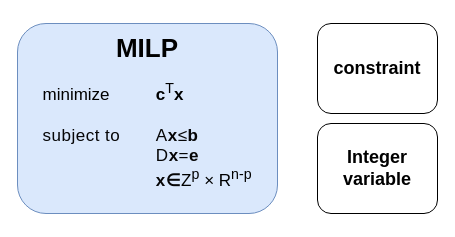
Earlier version of the draw.io diagram 011300001.drawio (Zjz12138/MILPvs). Source tidied: cells renumbered, new cells numbered last; positions are measured from the earlier drawing's top-left corner, leaving out a move shared by most shapes. Both pictures are drawn from the tidied source at 100%, with x=0, y=0 at pixel (17, 23).
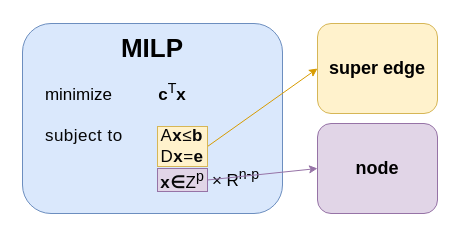
Above is the later version.

Diff of the diagram source:
```diff
@@
 <mxGraphModel background="#ffffff">
   <root>
     <mxCell id="0" />
     <mxCell id="1" parent="0" />
-    <mxCell id="2" value="&lt;h1&gt;&lt;font style=&quot;font-size: 26px;&quot;&gt;MILP&lt;/font&gt;&lt;/h1&gt;&lt;div style=&quot;text-align: left;&quot;&gt;&lt;font style=&quot;font-size: 17px;&quot; face=&quot;Helvetica&quot;&gt;minimize&lt;span style=&quot;white-space: pre;&quot;&gt;&#9;&lt;/span&gt;&lt;span style=&quot;white-space: pre;&quot;&gt;&#9;&lt;/span&gt;&lt;b style=&quot;&quot;&gt;c&lt;/b&gt;&lt;sup style=&quot;&quot;&gt;T&lt;/sup&gt;&lt;b style=&quot;&quot;&gt;x&lt;/b&gt;&lt;/font&gt;&lt;/div&gt;&lt;div style=&quot;text-align: left;&quot;&gt;&lt;font style=&quot;font-size: 17px;&quot; face=&quot;Helvetica&quot;&gt;&lt;b style=&quot;&quot;&gt;&lt;br&gt;&lt;/b&gt;&lt;/font&gt;&lt;/div&gt;&lt;div style=&quot;text-align: left;&quot;&gt;&lt;font style=&quot;font-size: 17px;&quot; face=&quot;Helvetica&quot;&gt;&lt;span style=&quot;color: rgb(6, 6, 7); letter-spacing: 0.5px; text-wrap-mode: nowrap;&quot;&gt;subject&amp;nbsp;to&lt;span style=&quot;white-space: pre;&quot;&gt;&#9;&lt;/span&gt;A&lt;b style=&quot;&quot;&gt;x&lt;/b&gt;&lt;/span&gt;&lt;span style=&quot;color: rgb(6, 6, 7); letter-spacing: 0.5px; text-wrap-mode: nowrap;&quot;&gt;≤&lt;b&gt;b&lt;/b&gt;&lt;/span&gt;&lt;/font&gt;&lt;/div&gt;&lt;div style=&quot;text-align: left;&quot;&gt;&lt;span style=&quot;color: rgb(6, 6, 7); letter-spacing: 0.5px; text-wrap-mode: nowrap;&quot;&gt;&lt;font style=&quot;font-size: 17px;&quot; face=&quot;Helvetica&quot;&gt;&lt;span style=&quot;font-weight: bold; white-space: pre;&quot;&gt;&#9;&lt;/span&gt;&lt;span style=&quot;font-weight: bold; white-space: pre;&quot;&gt;&#9;&lt;span style=&quot;white-space: pre;&quot;&gt;&#9;&lt;/span&gt;&lt;/span&gt;D&lt;b&gt;x&lt;/b&gt;=&lt;b&gt;e&lt;/b&gt;&lt;br&gt;&lt;/font&gt;&lt;/span&gt;&lt;/div&gt;&lt;div style=&quot;text-align: left;&quot;&gt;&lt;font style=&quot;font-size: 17px;&quot; face=&quot;Helvetica&quot;&gt;&lt;span style=&quot;color: rgb(6, 6, 7); letter-spacing: 0.5px; text-wrap-mode: nowrap;&quot;&gt;&lt;b&gt;&lt;span style=&quot;white-space: pre;&quot;&gt;&#9;&lt;/span&gt;&lt;span style=&quot;white-space: pre;&quot;&gt;&#9;&lt;/span&gt;&lt;span style=&quot;white-space: pre;&quot;&gt;&#9;&lt;/span&gt;x∈&lt;/b&gt;&lt;/span&gt;&lt;span style=&quot;color: light-dark(rgb(0, 0, 0), rgb(255, 255, 255));&quot;&gt;Z&lt;sup&gt;p&lt;/sup&gt;&lt;/span&gt;&lt;span style=&quot;color: light-dark(rgb(0, 0, 0), rgb(255, 255, 255)); font-style: italic;&quot;&gt;&amp;nbsp;×&lt;/span&gt;&lt;span style=&quot;color: light-dark(rgb(0, 0, 0), rgb(255, 255, 255)); font-style: italic;&quot;&gt;&amp;nbsp;&lt;/span&gt;&lt;span style=&quot;color: light-dark(rgb(0, 0, 0), rgb(255, 255, 255));&quot;&gt;R&lt;sup style=&quot;&quot;&gt;n-p&lt;/sup&gt;&lt;/span&gt;&lt;/font&gt;&lt;/div&gt;&lt;div style=&quot;text-align: left;&quot;&gt;&lt;br&gt;&lt;/div&gt;&lt;div style=&quot;text-align: left;&quot;&gt;&lt;br&gt;&lt;/div&gt;" style="rounded=1;whiteSpace=wrap;html=1;fillColor=#dae8fc;strokeColor=#6c8ebf;labelBackgroundColor=none;" parent="1" vertex="1">
-      <mxGeometry width="260" height="190" as="geometry" />
+    <mxCell id="2" value="&lt;h1&gt;&lt;font style=&quot;font-size: 26px;&quot;&gt;MILP&lt;/font&gt;&lt;/h1&gt;&lt;div style=&quot;text-align: left;&quot;&gt;&lt;font style=&quot;font-size: 17px;&quot; face=&quot;Helvetica&quot;&gt;minimize&lt;span style=&quot;white-space: pre;&quot;&gt;&#9;&lt;/span&gt;&lt;span style=&quot;white-space: pre;&quot;&gt;&#9;&lt;/span&gt;&lt;b style=&quot;&quot;&gt;c&lt;/b&gt;&lt;sup style=&quot;&quot;&gt;T&lt;/sup&gt;&lt;b style=&quot;&quot;&gt;x&lt;/b&gt;&lt;/font&gt;&lt;/div&gt;&lt;div style=&quot;text-align: left;&quot;&gt;&lt;font style=&quot;font-size: 17px;&quot; face=&quot;Helvetica&quot;&gt;&lt;b style=&quot;&quot;&gt;&lt;br&gt;&lt;/b&gt;&lt;/font&gt;&lt;/div&gt;&lt;div style=&quot;text-align: left;&quot;&gt;&lt;font style=&quot;font-size: 17px;&quot; face=&quot;Helvetica&quot;&gt;&lt;span style=&quot;color: rgb(6, 6, 7); letter-spacing: 0.5px; text-wrap-mode: nowrap;&quot;&gt;subject&amp;nbsp;to&lt;/span&gt;&lt;/font&gt;&lt;span style=&quot;color: light-dark(rgb(6, 6, 7), rgb(232, 232, 233)); letter-spacing: 0.5px; white-space: pre; font-size: 17px; background-color: transparent;&quot;&gt;&#9;&lt;/span&gt;&lt;/div&gt;&lt;div style=&quot;text-align: left;&quot;&gt;&lt;font style=&quot;font-size: 17px;&quot; face=&quot;Helvetica&quot;&gt;&lt;br&gt;&lt;/font&gt;&lt;/div&gt;&lt;div style=&quot;text-align: left;&quot;&gt;&lt;font style=&quot;font-size: 17px;&quot; face=&quot;Helvetica&quot;&gt;&lt;span style=&quot;color: rgb(6, 6, 7); letter-spacing: 0.5px; text-wrap-mode: nowrap;&quot;&gt;&lt;b&gt;&lt;span style=&quot;white-space: pre;&quot;&gt;&#9;&lt;/span&gt;&lt;span style=&quot;white-space: pre;&quot;&gt;&#9;&lt;/span&gt;&lt;span style=&quot;white-space: pre;&quot;&gt;&#9;&lt;span style=&quot;white-space: pre;&quot;&gt;&#9;&lt;/span&gt; &lt;/span&gt;&amp;nbsp;&amp;nbsp;&lt;/b&gt;&lt;/span&gt;&lt;span style=&quot;color: light-dark(rgb(0, 0, 0), rgb(255, 255, 255)); font-style: italic;&quot;&gt;×&lt;/span&gt;&lt;span style=&quot;color: light-dark(rgb(0, 0, 0), rgb(255, 255, 255)); font-style: italic;&quot;&gt;&amp;nbsp;&lt;/span&gt;&lt;span style=&quot;color: light-dark(rgb(0, 0, 0), rgb(255, 255, 255));&quot;&gt;R&lt;sup style=&quot;&quot;&gt;n-p&lt;/sup&gt;&lt;/span&gt;&lt;/font&gt;&lt;/div&gt;&lt;div style=&quot;text-align: left;&quot;&gt;&lt;br&gt;&lt;/div&gt;&lt;div style=&quot;text-align: left;&quot;&gt;&lt;br&gt;&lt;/div&gt;" style="rounded=1;whiteSpace=wrap;html=1;fillColor=#dae8fc;strokeColor=#6c8ebf;labelBackgroundColor=none;" parent="1" vertex="1">
+      <mxGeometry x="5" width="260" height="190" as="geometry" />
     </mxCell>
-    <mxCell id="3" value="&lt;h2&gt;constraint&lt;/h2&gt;" style="rounded=1;whiteSpace=wrap;html=1;" parent="1" vertex="1">
+    <mxCell id="3" value="&lt;h2&gt;super edge&lt;/h2&gt;" style="rounded=1;whiteSpace=wrap;html=1;fillColor=#fff2cc;strokeColor=#d6b656;" parent="1" vertex="1">
       <mxGeometry x="300" width="120" height="90" as="geometry" />
     </mxCell>
-    <mxCell id="4" value="&lt;h2&gt;Integer variable&lt;/h2&gt;" style="rounded=1;whiteSpace=wrap;html=1;" parent="1" vertex="1">
+    <mxCell id="4" value="&lt;h2&gt;node&lt;/h2&gt;" style="rounded=1;whiteSpace=wrap;html=1;fillColor=#e1d5e7;strokeColor=#9673a6;" parent="1" vertex="1">
       <mxGeometry x="300" y="100" width="120" height="90" as="geometry" />
     </mxCell>
+    <mxCell id="5" style="rounded=0;jettySize=auto;html=1;exitX=1;exitY=0.5;exitDx=0;exitDy=0;entryX=0;entryY=0.5;entryDx=0;entryDy=0;fillColor=#ffe6cc;strokeColor=#d79b00;" parent="1" edge="1" source="6" target="3">
+      <mxGeometry relative="1" as="geometry" />
+    </mxCell>
+    <mxCell id="6" value="&lt;div style=&quot;text-align: left;&quot;&gt;&lt;font style=&quot;font-size: 17px;&quot; face=&quot;Helvetica&quot;&gt;&lt;span style=&quot;color: rgb(6, 6, 7); letter-spacing: 0.5px; text-wrap-mode: nowrap;&quot;&gt;A&lt;b&gt;x&lt;/b&gt;&lt;/span&gt;&lt;span style=&quot;color: rgb(6, 6, 7); letter-spacing: 0.5px; text-wrap-mode: nowrap;&quot;&gt;≤&lt;b&gt;b&lt;/b&gt;&lt;/span&gt;&lt;/font&gt;&lt;/div&gt;&lt;div style=&quot;text-align: left;&quot;&gt;&lt;span style=&quot;color: rgb(6, 6, 7); letter-spacing: 0.5px; text-wrap-mode: nowrap;&quot;&gt;&lt;font style=&quot;font-size: 17px;&quot; face=&quot;Helvetica&quot;&gt;D&lt;b&gt;x&lt;/b&gt;=&lt;b&gt;e&lt;/b&gt;&lt;/font&gt;&lt;/span&gt;&lt;/div&gt;" style="rounded=0;whiteSpace=wrap;html=1;fillColor=#fff2cc;strokeColor=#d6b656;" parent="1" vertex="1">
+      <mxGeometry x="140" y="103" width="50" height="40" as="geometry" />
+    </mxCell>
+    <mxCell id="7" style="rounded=0;jettySize=auto;html=1;exitX=1;exitY=0.5;exitDx=0;exitDy=0;entryX=0;entryY=0.5;entryDx=0;entryDy=0;fillColor=#e1d5e7;strokeColor=#9673a6;" parent="1" edge="1" source="8" target="4">
+      <mxGeometry relative="1" as="geometry" />
+    </mxCell>
+    <mxCell id="8" value="&lt;span style=&quot;font-size: 17px; text-align: left; text-wrap-mode: nowrap; color: rgb(6, 6, 7); letter-spacing: 0.5px;&quot;&gt;&lt;b&gt;x∈&lt;/b&gt;&lt;/span&gt;&lt;span style=&quot;color: light-dark(rgb(0, 0, 0), rgb(255, 255, 255)); font-size: 17px; text-align: left;&quot;&gt;Z&lt;sup&gt;p&lt;/sup&gt;&lt;/span&gt;" style="rounded=0;whiteSpace=wrap;html=1;fillColor=#e1d5e7;strokeColor=#9673a6;" parent="1" vertex="1">
+      <mxGeometry x="140" y="145" width="50" height="23" as="geometry" />
+    </mxCell>
   </root>
 </mxGraphModel>
```
